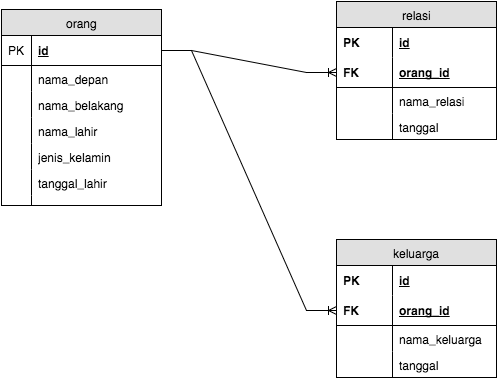
Before: family_schema.png, a diagram exported from draw.io (blanford-fox-2016/schema-family-tree). Source tidied: cells renumbered, new cells last; positions are measured from the earlier drawing's top-left corner, leaving out a move shared by most shapes.
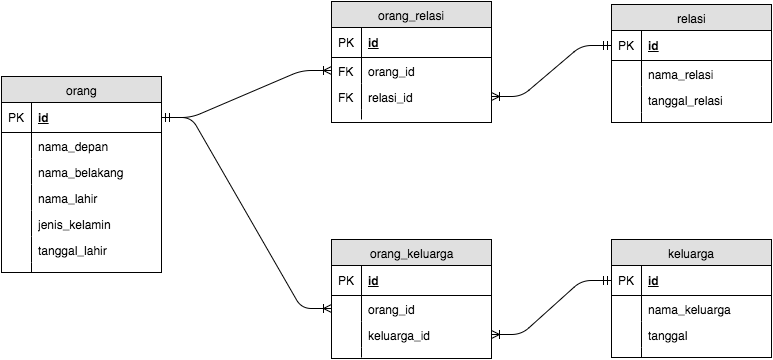
After the change.

Commit message:
update family schema

The edit, as a diff of the source:
```diff
@@ -47,65 +47,125 @@
     <mxCell id="16" style="shape=partialRectangle;top=0;left=0;bottom=0;html=1;fillColor=none;align=left;verticalAlign=top;spacingLeft=4;spacingRight=4;whiteSpace=wrap;overflow=hidden;" parent="15" vertex="1">
       <mxGeometry width="30" height="10" as="geometry" />
     </mxCell>
+    <mxCell id="37" value="orang_relasi" style="swimlane;html=1;fontStyle=0;horizontal=1;startSize=26;fillColor=#e0e0e0;swimlaneFillColor=#ffffff;align=center;" parent="1" vertex="1">
+      <mxGeometry x="330" y="-67" width="160" height="121" as="geometry" />
+    </mxCell>
+    <mxCell id="38" value="id" style="shape=partialRectangle;top=0;left=0;right=0;bottom=1;html=1;align=left;verticalAlign=middle;fillColor=none;spacingLeft=34;spacingRight=4;whiteSpace=wrap;overflow=hidden;fontStyle=5;" parent="37" vertex="1">
+      <mxGeometry y="26" width="160" height="30" as="geometry" />
+    </mxCell>
+    <mxCell id="39" value="PK" style="shape=partialRectangle;top=0;left=0;bottom=0;html=1;fillColor=none;align=left;verticalAlign=middle;spacingLeft=4;spacingRight=4;whiteSpace=wrap;overflow=hidden;" parent="38" vertex="1">
+      <mxGeometry width="30" height="30" as="geometry" />
+    </mxCell>
+    <mxCell id="40" value="orang_id" style="shape=partialRectangle;top=0;left=0;right=0;bottom=0;html=1;align=left;verticalAlign=top;fillColor=none;spacingLeft=34;spacingRight=4;whiteSpace=wrap;overflow=hidden;points=[[0,0.5],[1,0.5]];portConstraint=eastwest;" parent="37" vertex="1">
+      <mxGeometry y="56" width="160" height="26" as="geometry" />
+    </mxCell>
+    <mxCell id="41" value="FK" style="shape=partialRectangle;top=0;left=0;bottom=0;html=1;fillColor=none;align=left;verticalAlign=top;spacingLeft=4;spacingRight=4;whiteSpace=wrap;overflow=hidden;" parent="40" vertex="1">
+      <mxGeometry width="30" height="26" as="geometry" />
+    </mxCell>
+    <mxCell id="42" value="relasi_id" style="shape=partialRectangle;top=0;left=0;right=0;bottom=0;html=1;align=left;verticalAlign=top;fillColor=none;spacingLeft=34;spacingRight=4;whiteSpace=wrap;overflow=hidden;points=[[0,0.5],[1,0.5]];portConstraint=eastwest;" parent="37" vertex="1">
+      <mxGeometry y="82" width="160" height="26" as="geometry" />
+    </mxCell>
+    <mxCell id="43" value="FK" style="shape=partialRectangle;top=0;left=0;bottom=0;html=1;fillColor=none;align=left;verticalAlign=top;spacingLeft=4;spacingRight=4;whiteSpace=wrap;overflow=hidden;" parent="42" vertex="1">
+      <mxGeometry width="30" height="26" as="geometry" />
+    </mxCell>
+    <mxCell id="44" style="shape=partialRectangle;top=0;left=0;right=0;bottom=0;html=1;align=left;verticalAlign=top;fillColor=none;spacingLeft=34;spacingRight=4;whiteSpace=wrap;overflow=hidden;" parent="37" vertex="1">
+      <mxGeometry y="108" width="160" height="10" as="geometry" />
+    </mxCell>
+    <mxCell id="45" style="shape=partialRectangle;top=0;left=0;bottom=0;html=1;fillColor=none;align=left;verticalAlign=top;spacingLeft=4;spacingRight=4;whiteSpace=wrap;overflow=hidden;" parent="44" vertex="1">
+      <mxGeometry width="30" height="10" as="geometry" />
+    </mxCell>
+    <mxCell id="46" value="orang_keluarga" style="swimlane;html=1;fontStyle=0;horizontal=1;startSize=26;fillColor=#e0e0e0;swimlaneFillColor=#ffffff;align=center;" parent="1" vertex="1">
+      <mxGeometry x="330" y="171" width="160" height="119" as="geometry" />
+    </mxCell>
+    <mxCell id="47" value="id" style="shape=partialRectangle;top=0;left=0;right=0;bottom=1;html=1;align=left;verticalAlign=middle;fillColor=none;spacingLeft=34;spacingRight=4;whiteSpace=wrap;overflow=hidden;fontStyle=5;" parent="46" vertex="1">
+      <mxGeometry y="26" width="160" height="30" as="geometry" />
+    </mxCell>
+    <mxCell id="48" value="PK" style="shape=partialRectangle;top=0;left=0;bottom=0;html=1;fillColor=none;align=left;verticalAlign=middle;spacingLeft=4;spacingRight=4;whiteSpace=wrap;overflow=hidden;" parent="47" vertex="1">
+      <mxGeometry width="30" height="30" as="geometry" />
+    </mxCell>
+    <mxCell id="49" value="orang_id" style="shape=partialRectangle;top=0;left=0;right=0;bottom=0;html=1;align=left;verticalAlign=top;fillColor=none;spacingLeft=34;spacingRight=4;whiteSpace=wrap;overflow=hidden;points=[[0,0.5],[1,0.5]];portConstraint=eastwest;" parent="46" vertex="1">
+      <mxGeometry y="56" width="160" height="26" as="geometry" />
+    </mxCell>
+    <mxCell id="50" style="shape=partialRectangle;top=0;left=0;bottom=0;html=1;fillColor=none;align=left;verticalAlign=top;spacingLeft=4;spacingRight=4;whiteSpace=wrap;overflow=hidden;" parent="49" vertex="1">
+      <mxGeometry width="30" height="26" as="geometry" />
+    </mxCell>
+    <mxCell id="51" value="keluarga_id" style="shape=partialRectangle;top=0;left=0;right=0;bottom=0;html=1;align=left;verticalAlign=top;fillColor=none;spacingLeft=34;spacingRight=4;whiteSpace=wrap;overflow=hidden;points=[[0,0.5],[1,0.5]];portConstraint=eastwest;" parent="46" vertex="1">
+      <mxGeometry y="82" width="160" height="26" as="geometry" />
+    </mxCell>
+    <mxCell id="52" style="shape=partialRectangle;top=0;left=0;bottom=0;html=1;fillColor=none;align=left;verticalAlign=top;spacingLeft=4;spacingRight=4;whiteSpace=wrap;overflow=hidden;" parent="51" vertex="1">
+      <mxGeometry width="30" height="26" as="geometry" />
+    </mxCell>
+    <mxCell id="53" style="shape=partialRectangle;top=0;left=0;right=0;bottom=0;html=1;align=left;verticalAlign=top;fillColor=none;spacingLeft=34;spacingRight=4;whiteSpace=wrap;overflow=hidden;" parent="46" vertex="1">
+      <mxGeometry y="108" width="160" height="10" as="geometry" />
+    </mxCell>
+    <mxCell id="54" style="shape=partialRectangle;top=0;left=0;bottom=0;html=1;fillColor=none;align=left;verticalAlign=top;spacingLeft=4;spacingRight=4;whiteSpace=wrap;overflow=hidden;" parent="53" vertex="1">
+      <mxGeometry width="30" height="10" as="geometry" />
+    </mxCell>
+    <mxCell id="55" style="edgeStyle=entityRelationEdgeStyle;html=1;endArrow=ERoneToMany;startArrow=ERmandOne;exitX=1;exitY=0.5;entryX=0;entryY=0.5;" parent="1" edge="1" source="3" target="40">
+      <mxGeometry relative="1" as="geometry" />
+    </mxCell>
+    <mxCell id="56" style="edgeStyle=entityRelationEdgeStyle;html=1;endArrow=ERoneToMany;startArrow=ERmandOne;exitX=1;exitY=0.5;entryX=0;entryY=0.5;" parent="1" edge="1" source="3" target="49">
+      <mxGeometry relative="1" as="geometry" />
+    </mxCell>
+    <mxCell id="57" style="edgeStyle=entityRelationEdgeStyle;html=1;endArrow=ERmandOne;startArrow=ERoneToMany;exitX=1;exitY=0.5;entryX=0;entryY=0.5;startFill=0;endFill=0;" parent="1" edge="1" source="42" target="58">
+      <mxGeometry relative="1" as="geometry" />
+    </mxCell>
     <mxCell id="17" value="relasi" style="swimlane;html=1;fontStyle=0;horizontal=1;startSize=26;fillColor=#e0e0e0;swimlaneFillColor=#ffffff;align=center;" parent="1" vertex="1">
-      <mxGeometry x="335" width="160" height="138" as="geometry" />
+      <mxGeometry x="610" y="-64" width="160" height="118" as="geometry" />
     </mxCell>
-    <mxCell id="18" value="id" style="shape=partialRectangle;top=0;left=0;right=0;bottom=0;html=1;align=left;verticalAlign=middle;fillColor=none;spacingLeft=60;spacingRight=4;whiteSpace=wrap;overflow=hidden;fontStyle=5;" parent="17" vertex="1">
-      <mxGeometry y="26" width="160" height="30" as="geometry" />
-    </mxCell>
-    <mxCell id="19" value="PK" style="shape=partialRectangle;fontStyle=1;top=0;left=0;bottom=0;html=1;fillColor=none;align=left;verticalAlign=middle;spacingLeft=4;spacingRight=4;whiteSpace=wrap;overflow=hidden;" parent="18" vertex="1">
-      <mxGeometry width="56" height="30" as="geometry" />
-    </mxCell>
-    <mxCell id="20" value="orang_id" style="shape=partialRectangle;top=0;left=0;right=0;bottom=1;html=1;align=left;verticalAlign=middle;fillColor=none;spacingLeft=60;spacingRight=4;whiteSpace=wrap;overflow=hidden;points=[[0,0.5],[1,0.5]];portConstraint=eastwest;fontStyle=5;" parent="17" vertex="1">
-      <mxGeometry y="56" width="160" height="30" as="geometry" />
-    </mxCell>
-    <mxCell id="21" value="FK" style="shape=partialRectangle;fontStyle=1;top=0;left=0;bottom=0;html=1;fillColor=none;align=left;verticalAlign=middle;spacingLeft=4;spacingRight=4;whiteSpace=wrap;overflow=hidden;" parent="20" vertex="1">
-      <mxGeometry width="56" height="30" as="geometry" />
-    </mxCell>
+    <mxCell id="58" value="id" style="shape=partialRectangle;top=0;left=0;right=0;bottom=1;html=1;align=left;verticalAlign=middle;fillColor=none;spacingLeft=34;spacingRight=4;whiteSpace=wrap;overflow=hidden;points=[[0,0.5],[1,0.5]];portConstraint=eastwest;fontStyle=5;" parent="17" vertex="1">
+      <mxGeometry y="26" width="160" height="30" as="geometry" />
+    </mxCell>
+    <mxCell id="59" value="PK" style="shape=partialRectangle;top=0;left=0;bottom=0;html=1;fillColor=none;align=left;verticalAlign=middle;spacingLeft=4;spacingRight=4;whiteSpace=wrap;overflow=hidden;" parent="58" vertex="1">
+      <mxGeometry width="30" height="30" as="geometry" />
+    </mxCell>
-    <mxCell id="22" value="nama_relasi" style="shape=partialRectangle;top=0;left=0;right=0;bottom=0;html=1;align=left;verticalAlign=top;fillColor=none;spacingLeft=60;spacingRight=4;whiteSpace=wrap;overflow=hidden;" parent="17" vertex="1">
-      <mxGeometry y="86" width="160" height="26" as="geometry" />
+    <mxCell id="22" value="nama_relasi" style="shape=partialRectangle;top=0;left=0;right=0;bottom=0;html=1;align=left;verticalAlign=top;fillColor=none;spacingLeft=34;spacingRight=4;whiteSpace=wrap;overflow=hidden;" parent="17" vertex="1">
+      <mxGeometry y="56" width="160" height="26" as="geometry" />
     </mxCell>
-    <mxCell id="23" style="shape=partialRectangle;top=0;left=0;bottom=0;html=1;fillColor=none;align=left;verticalAlign=top;spacingLeft=4;spacingRight=4;whiteSpace=wrap;overflow=hidden;" parent="22" vertex="1">
-      <mxGeometry width="56" height="26" as="geometry" />
-    </mxCell>
-    <mxCell id="24" value="tanggal" style="shape=partialRectangle;top=0;left=0;right=0;bottom=0;html=1;align=left;verticalAlign=top;fillColor=none;spacingLeft=60;spacingRight=4;whiteSpace=wrap;overflow=hidden;" parent="17" vertex="1">
-      <mxGeometry y="112" width="160" height="26" as="geometry" />
-    </mxCell>
-    <mxCell id="25" style="shape=partialRectangle;top=0;left=0;bottom=0;html=1;fillColor=none;align=left;verticalAlign=top;spacingLeft=4;spacingRight=4;whiteSpace=wrap;overflow=hidden;" parent="24" vertex="1">
-      <mxGeometry width="56" height="26" as="geometry" />
-    </mxCell>
-    <mxCell id="26" style="edgeStyle=entityRelationEdgeStyle;rounded=0;html=1;exitX=1;exitY=0.5;entryX=0;entryY=0.5;startArrow=none;startFill=0;endArrow=ERoneToMany;endFill=0;jettySize=auto;" parent="1" edge="1" source="3" target="20">
-      <mxGeometry relative="1" as="geometry" />
-    </mxCell>
+    <mxCell id="60" style="shape=partialRectangle;top=0;left=0;bottom=0;html=1;fillColor=none;align=left;verticalAlign=top;spacingLeft=4;spacingRight=4;whiteSpace=wrap;overflow=hidden;" parent="22" vertex="1">
+      <mxGeometry width="30" height="26" as="geometry" />
+    </mxCell>
+    <mxCell id="61" value="tanggal_relasi" style="shape=partialRectangle;top=0;left=0;right=0;bottom=0;html=1;align=left;verticalAlign=top;fillColor=none;spacingLeft=34;spacingRight=4;whiteSpace=wrap;overflow=hidden;" parent="17" vertex="1">
+      <mxGeometry y="82" width="160" height="26" as="geometry" />
+    </mxCell>
+    <mxCell id="62" style="shape=partialRectangle;top=0;left=0;bottom=0;html=1;fillColor=none;align=left;verticalAlign=top;spacingLeft=4;spacingRight=4;whiteSpace=wrap;overflow=hidden;" parent="61" vertex="1">
+      <mxGeometry width="30" height="26" as="geometry" />
+    </mxCell>
+    <mxCell id="63" style="shape=partialRectangle;top=0;left=0;right=0;bottom=0;html=1;align=left;verticalAlign=top;fillColor=none;spacingLeft=34;spacingRight=4;whiteSpace=wrap;overflow=hidden;" parent="17" vertex="1">
+      <mxGeometry y="108" width="160" height="10" as="geometry" />
+    </mxCell>
+    <mxCell id="64" style="shape=partialRectangle;top=0;left=0;bottom=0;html=1;fillColor=none;align=left;verticalAlign=top;spacingLeft=4;spacingRight=4;whiteSpace=wrap;overflow=hidden;" parent="63" vertex="1">
+      <mxGeometry width="30" height="10" as="geometry" />
+    </mxCell>
     <mxCell id="27" value="keluarga" style="swimlane;html=1;fontStyle=0;horizontal=1;startSize=26;fillColor=#e0e0e0;swimlaneFillColor=#ffffff;align=center;" parent="1" vertex="1">
-      <mxGeometry x="335" y="238" width="160" height="138" as="geometry" />
+      <mxGeometry x="610" y="171" width="160" height="118" as="geometry" />
     </mxCell>
-    <mxCell id="28" value="id" style="shape=partialRectangle;top=0;left=0;right=0;bottom=0;html=1;align=left;verticalAlign=middle;fillColor=none;spacingLeft=60;spacingRight=4;whiteSpace=wrap;overflow=hidden;fontStyle=5;" parent="27" vertex="1">
-      <mxGeometry y="26" width="160" height="30" as="geometry" />
-    </mxCell>
-    <mxCell id="29" value="PK" style="shape=partialRectangle;fontStyle=1;top=0;left=0;bottom=0;html=1;fillColor=none;align=left;verticalAlign=middle;spacingLeft=4;spacingRight=4;whiteSpace=wrap;overflow=hidden;" parent="28" vertex="1">
-      <mxGeometry width="56" height="30" as="geometry" />
-    </mxCell>
-    <mxCell id="30" value="orang_id" style="shape=partialRectangle;top=0;left=0;right=0;bottom=1;html=1;align=left;verticalAlign=middle;fillColor=none;spacingLeft=60;spacingRight=4;whiteSpace=wrap;overflow=hidden;points=[[0,0.5],[1,0.5]];portConstraint=eastwest;fontStyle=5;" parent="27" vertex="1">
-      <mxGeometry y="56" width="160" height="30" as="geometry" />
-    </mxCell>
-    <mxCell id="31" value="FK" style="shape=partialRectangle;fontStyle=1;top=0;left=0;bottom=0;html=1;fillColor=none;align=left;verticalAlign=middle;spacingLeft=4;spacingRight=4;whiteSpace=wrap;overflow=hidden;" parent="30" vertex="1">
-      <mxGeometry width="56" height="30" as="geometry" />
-    </mxCell>
+    <mxCell id="65" value="id" style="shape=partialRectangle;top=0;left=0;right=0;bottom=1;html=1;align=left;verticalAlign=middle;fillColor=none;spacingLeft=34;spacingRight=4;whiteSpace=wrap;overflow=hidden;points=[[0,0.5],[1,0.5]];portConstraint=eastwest;fontStyle=5;" parent="27" vertex="1">
+      <mxGeometry y="26" width="160" height="30" as="geometry" />
+    </mxCell>
+    <mxCell id="66" value="PK" style="shape=partialRectangle;top=0;left=0;bottom=0;html=1;fillColor=none;align=left;verticalAlign=middle;spacingLeft=4;spacingRight=4;whiteSpace=wrap;overflow=hidden;" parent="65" vertex="1">
+      <mxGeometry width="30" height="30" as="geometry" />
+    </mxCell>
-    <mxCell id="32" value="nama_keluarga" style="shape=partialRectangle;top=0;left=0;right=0;bottom=0;html=1;align=left;verticalAlign=top;fillColor=none;spacingLeft=60;spacingRight=4;whiteSpace=wrap;overflow=hidden;" parent="27" vertex="1">
-      <mxGeometry y="86" width="160" height="26" as="geometry" />
+    <mxCell id="32" value="nama_keluarga" style="shape=partialRectangle;top=0;left=0;right=0;bottom=0;html=1;align=left;verticalAlign=top;fillColor=none;spacingLeft=34;spacingRight=4;whiteSpace=wrap;overflow=hidden;" parent="27" vertex="1">
+      <mxGeometry y="56" width="160" height="26" as="geometry" />
     </mxCell>
-    <mxCell id="33" style="shape=partialRectangle;top=0;left=0;bottom=0;html=1;fillColor=none;align=left;verticalAlign=top;spacingLeft=4;spacingRight=4;whiteSpace=wrap;overflow=hidden;" parent="32" vertex="1">
-      <mxGeometry width="56" height="26" as="geometry" />
-    </mxCell>
-    <mxCell id="34" value="tanggal" style="shape=partialRectangle;top=0;left=0;right=0;bottom=0;html=1;align=left;verticalAlign=top;fillColor=none;spacingLeft=60;spacingRight=4;whiteSpace=wrap;overflow=hidden;" parent="27" vertex="1">
-      <mxGeometry y="112" width="160" height="26" as="geometry" />
-    </mxCell>
-    <mxCell id="35" style="shape=partialRectangle;top=0;left=0;bottom=0;html=1;fillColor=none;align=left;verticalAlign=top;spacingLeft=4;spacingRight=4;whiteSpace=wrap;overflow=hidden;" parent="34" vertex="1">
-      <mxGeometry width="56" height="26" as="geometry" />
-    </mxCell>
-    <mxCell id="36" style="edgeStyle=entityRelationEdgeStyle;rounded=0;html=1;exitX=1;exitY=0.5;entryX=0;entryY=0.5;startArrow=none;startFill=0;endArrow=ERoneToMany;endFill=0;jettySize=auto;" parent="1" edge="1" source="3" target="30">
-      <mxGeometry relative="1" as="geometry" />
-    </mxCell>
+    <mxCell id="67" style="shape=partialRectangle;top=0;left=0;bottom=0;html=1;fillColor=none;align=left;verticalAlign=top;spacingLeft=4;spacingRight=4;whiteSpace=wrap;overflow=hidden;" parent="32" vertex="1">
+      <mxGeometry width="30" height="26" as="geometry" />
+    </mxCell>
+    <mxCell id="68" value="tanggal" style="shape=partialRectangle;top=0;left=0;right=0;bottom=0;html=1;align=left;verticalAlign=top;fillColor=none;spacingLeft=34;spacingRight=4;whiteSpace=wrap;overflow=hidden;" parent="27" vertex="1">
+      <mxGeometry y="82" width="160" height="26" as="geometry" />
+    </mxCell>
+    <mxCell id="69" style="shape=partialRectangle;top=0;left=0;bottom=0;html=1;fillColor=none;align=left;verticalAlign=top;spacingLeft=4;spacingRight=4;whiteSpace=wrap;overflow=hidden;" parent="68" vertex="1">
+      <mxGeometry width="30" height="26" as="geometry" />
+    </mxCell>
+    <mxCell id="70" style="shape=partialRectangle;top=0;left=0;right=0;bottom=0;html=1;align=left;verticalAlign=top;fillColor=none;spacingLeft=34;spacingRight=4;whiteSpace=wrap;overflow=hidden;" parent="27" vertex="1">
+      <mxGeometry y="108" width="160" height="10" as="geometry" />
+    </mxCell>
+    <mxCell id="71" style="shape=partialRectangle;top=0;left=0;bottom=0;html=1;fillColor=none;align=left;verticalAlign=top;spacingLeft=4;spacingRight=4;whiteSpace=wrap;overflow=hidden;" parent="70" vertex="1">
+      <mxGeometry width="30" height="10" as="geometry" />
+    </mxCell>
+    <mxCell id="72" style="edgeStyle=entityRelationEdgeStyle;html=1;endArrow=ERmandOne;startArrow=ERoneToMany;exitX=1;exitY=0.5;entryX=0;entryY=0.5;startFill=0;endFill=0;" parent="1" edge="1" source="51" target="65">
+      <mxGeometry x="590" y="285" as="geometry" />
+    </mxCell>
   </root>
 </mxGraphModel>
```
